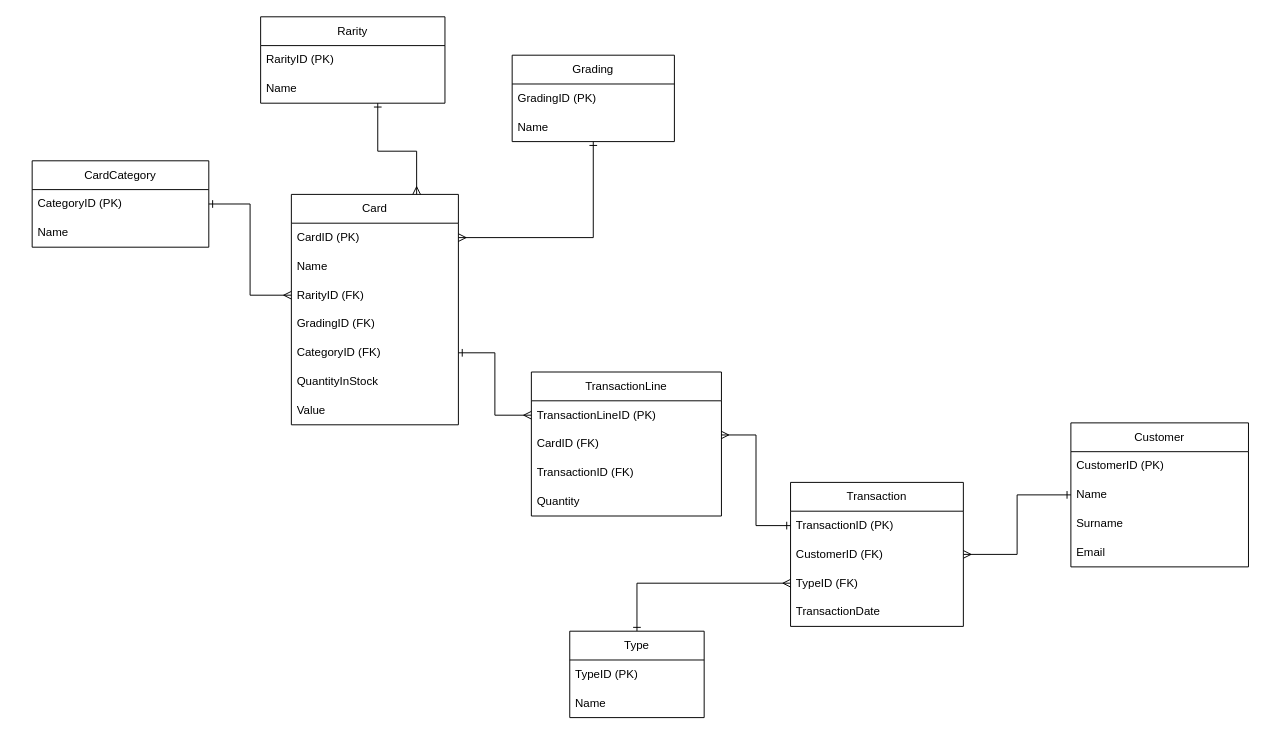
Before: Documentation/LevelUp1PhysicalERD.drawio in bbd-grad-levelups/Fantasy-Trading-Card-Database, a draw.io diagram. Source tidied: cells renumbered, new cells numbered last; positions are measured from the earlier drawing's top-left corner, leaving out a move shared by most shapes. Both pictures are drawn from the tidied source at 96%, with x=0, y=0 at pixel (32, 16).
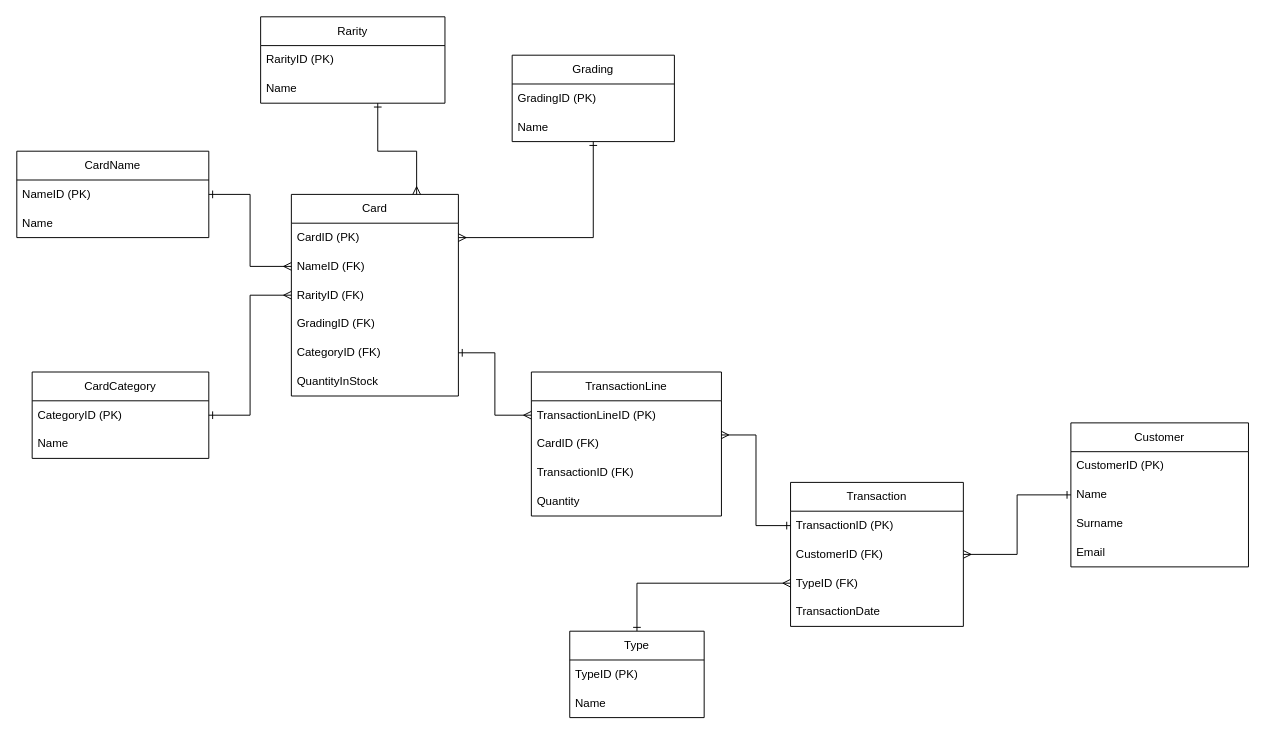
Above is the later version.

What changed in the source:
```diff
@@
     <mxCell id="2" value="CardCategory" style="swimlane;fontStyle=0;horizontal=1;startSize=30;whiteSpace=wrap;html=1;" parent="1" vertex="1">
-      <mxGeometry y="150" width="184" height="90" as="geometry" />
+      <mxGeometry y="370" width="184" height="90" as="geometry" />
     </mxCell>
@@
     <mxCell id="5" value="Card" style="swimlane;fontStyle=0;horizontal=1;startSize=30;whiteSpace=wrap;html=1;" parent="1" vertex="1">
-      <mxGeometry x="270" y="185" width="174" height="240" as="geometry" />
+      <mxGeometry x="270" y="185" width="174" height="210" as="geometry" />
     </mxCell>
@@
-    <mxCell id="7" value="Name" style="text;strokeColor=none;fillColor=none;align=left;verticalAlign=middle;spacingLeft=4;spacingRight=4;overflow=hidden;points=[[0,0.5],[1,0.5]];portConstraint=eastwest;whiteSpace=wrap;html=1;" parent="5" vertex="1">
+    <mxCell id="7" value="NameID (FK)" style="text;strokeColor=none;fillColor=none;align=left;verticalAlign=middle;spacingLeft=4;spacingRight=4;overflow=hidden;points=[[0,0.5],[1,0.5]];portConstraint=eastwest;whiteSpace=wrap;html=1;" parent="5" vertex="1">
       <mxGeometry y="60" width="174" height="30" as="geometry" />
     </mxCell>
@@
-    <mxCell id="12" value="Value" style="text;strokeColor=none;fillColor=none;align=left;verticalAlign=middle;spacingLeft=4;spacingRight=4;overflow=hidden;whiteSpace=wrap;html=1;" parent="5" vertex="1">
-      <mxGeometry y="210" width="174" height="30" as="geometry" />
-    </mxCell>
@@
+    <mxCell id="44" value="CardName" style="swimlane;fontStyle=0;horizontal=1;startSize=30;whiteSpace=wrap;html=1;" parent="1" vertex="1">
+      <mxGeometry x="-16" y="140" width="200" height="90" as="geometry" />
+    </mxCell>
+    <mxCell id="45" value="NameID (PK)" style="text;strokeColor=none;fillColor=none;align=left;verticalAlign=middle;spacingLeft=4;spacingRight=4;overflow=hidden;points=[[0,0.5],[1,0.5]];portConstraint=eastwest;whiteSpace=wrap;html=1;" parent="44" vertex="1">
+      <mxGeometry y="30" width="200" height="30" as="geometry" />
+    </mxCell>
+    <mxCell id="46" value="Name" style="text;strokeColor=none;fillColor=none;align=left;verticalAlign=middle;spacingLeft=4;spacingRight=4;overflow=hidden;whiteSpace=wrap;html=1;" parent="44" vertex="1">
+      <mxGeometry y="60" width="200" height="30" as="geometry" />
+    </mxCell>
+    <mxCell id="47" style="edgeStyle=orthogonalEdgeStyle;rounded=0;jettySize=auto;html=1;entryX=0;entryY=0.5;entryDx=0;entryDy=0;endArrow=ERmany;endFill=0;startArrow=ERone;startFill=0;" parent="1" edge="1" source="45" target="7">
+      <mxGeometry relative="1" as="geometry" />
+    </mxCell>
```
